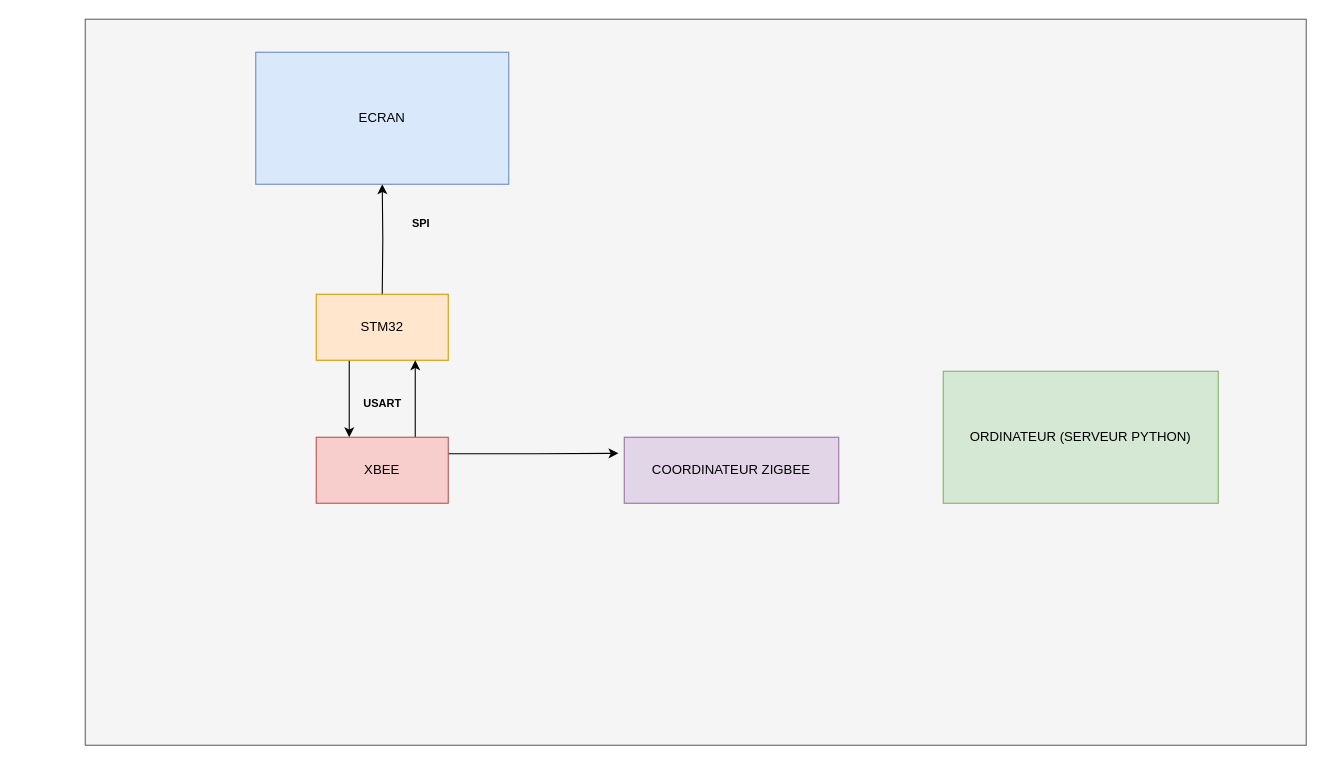
Earlier version of the draw.io diagram Diagramme sans nom.drawio (JohannCourand/Camera). Source tidied: cells renumbered, new cells numbered last; positions are measured from the earlier drawing's top-left corner, leaving out a move shared by most shapes. Both pictures are drawn from the tidied source at 110%, with x=0, y=0 at pixel (85, 19).
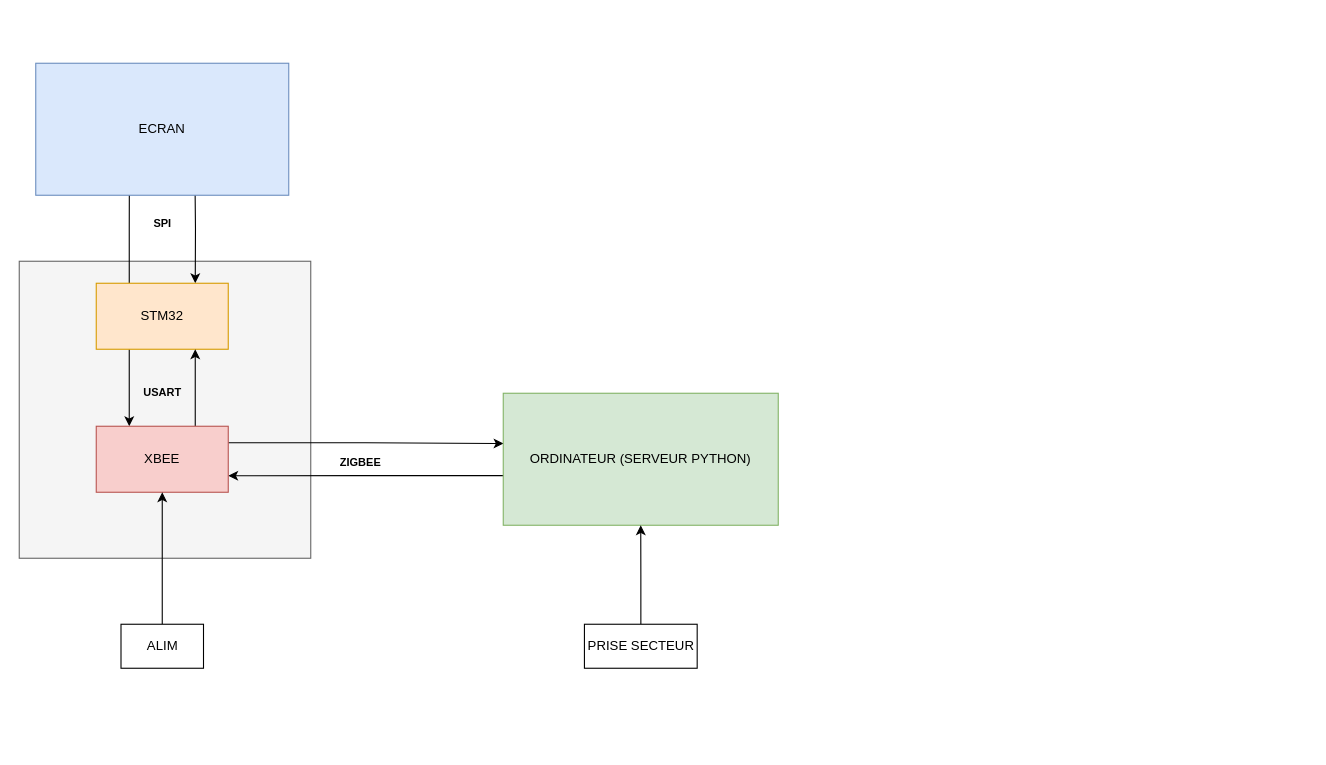
Above is the later version.

The edit, as a diff of the source:
```diff
@@
     <mxCell id="2" style="rounded=0;whiteSpace=wrap;html=1;fillColor=#f5f5f5;strokeColor=#666666;fontColor=#333333;" parent="1" vertex="1">
-      <mxGeometry width="1110" height="660" as="geometry" />
+      <mxGeometry x="-60" y="220" width="265" height="270" as="geometry" />
     </mxCell>
-    <mxCell id="3" style="edgeStyle=orthogonalEdgeStyle;rounded=0;jettySize=auto;html=1;entryX=0.5;entryY=1;entryDx=0;entryDy=0;" parent="1" edge="1" target="9">
+    <mxCell id="3" style="edgeStyle=orthogonalEdgeStyle;rounded=0;jettySize=auto;html=1;entryX=0.37;entryY=1.019;entryDx=0;entryDy=0;exitX=0.25;exitY=0;exitDx=0;exitDy=0;entryPerimeter=0;" parent="1" edge="1" source="5">
       <mxGeometry relative="1" as="geometry">
-        <mxPoint x="270" y="250" as="sourcePoint" />
+        <mxPoint x="40.1" y="142.3" as="targetPoint" />
       </mxGeometry>
     </mxCell>
@@
+    <mxCell id="14" style="edgeStyle=orthogonalEdgeStyle;rounded=0;jettySize=auto;html=1;exitX=0.629;exitY=0.995;exitDx=0;exitDy=0;entryX=0.75;entryY=0;entryDx=0;entryDy=0;exitPerimeter=0;" parent="1" edge="1" target="5">
+      <mxGeometry relative="1" as="geometry">
+        <mxPoint x="99.7" y="139.4" as="sourcePoint" />
+      </mxGeometry>
+    </mxCell>
     <mxCell id="5" value="STM32" style="rounded=0;whiteSpace=wrap;html=1;fillColor=#ffe6cc;strokeColor=#d79b00;" parent="1" vertex="1">
-      <mxGeometry x="210" y="250" width="120" height="60" as="geometry" />
+      <mxGeometry x="10" y="240" width="120" height="60" as="geometry" />
     </mxCell>
@@
-    <mxCell id="7" style="edgeStyle=orthogonalEdgeStyle;rounded=0;jettySize=auto;html=1;exitX=1;exitY=0.25;exitDx=0;exitDy=0;entryX=-0.027;entryY=0.244;entryDx=0;entryDy=0;entryPerimeter=0;" parent="1" edge="1" source="8" target="13">
-      <mxGeometry relative="1" as="geometry" />
-    </mxCell>
+    <mxCell id="15" style="edgeStyle=orthogonalEdgeStyle;rounded=0;jettySize=auto;html=1;exitX=1;exitY=0.25;exitDx=0;exitDy=0;entryX=0.001;entryY=0.381;entryDx=0;entryDy=0;entryPerimeter=0;" parent="1" edge="1" source="8" target="12">
+      <mxGeometry relative="1" as="geometry" />
+    </mxCell>
+    <mxCell id="16" style="edgeStyle=orthogonalEdgeStyle;rounded=0;jettySize=auto;html=1;exitX=0.003;exitY=0.624;exitDx=0;exitDy=0;entryX=1;entryY=0.75;entryDx=0;entryDy=0;exitPerimeter=0;" parent="1" edge="1" source="12" target="8">
+      <mxGeometry relative="1" as="geometry" />
+    </mxCell>
     <mxCell id="8" value="&lt;div&gt;XBEE&lt;/div&gt;" style="rounded=0;whiteSpace=wrap;html=1;fillColor=#f8cecc;strokeColor=#b85450;" parent="1" vertex="1">
-      <mxGeometry x="210" y="380" width="120" height="60" as="geometry" />
+      <mxGeometry x="10" y="370" width="120" height="60" as="geometry" />
     </mxCell>
-    <mxCell id="9" value="ECRAN" style="rounded=0;whiteSpace=wrap;html=1;fillColor=#dae8fc;strokeColor=#6c8ebf;" parent="1" vertex="1">
-      <mxGeometry x="155" y="30" width="230" height="120" as="geometry" />
-    </mxCell>
     <mxCell id="10" value="&lt;div style=&quot;font-size: 10px;&quot;&gt;SPI&lt;br&gt;&lt;/div&gt;" style="text;strokeColor=none;fillColor=none;html=1;fontSize=24;fontStyle=1;verticalAlign=middle;align=center;" parent="1" vertex="1">
-      <mxGeometry x="280" y="170" width="50" height="30" as="geometry" />
+      <mxGeometry x="45" y="170" width="50" height="30" as="geometry" />
     </mxCell>
     <mxCell id="11" value="&lt;font style=&quot;font-size: 24px;&quot;&gt;&lt;font style=&quot;font-size: 23px;&quot;&gt;&lt;font style=&quot;font-size: 22px;&quot;&gt;&lt;font style=&quot;font-size: 21px;&quot;&gt;&lt;font style=&quot;font-size: 20px;&quot;&gt;&lt;font style=&quot;font-size: 19px;&quot;&gt;&lt;font style=&quot;font-size: 18px;&quot;&gt;&lt;font style=&quot;font-size: 17px;&quot;&gt;&lt;font style=&quot;font-size: 16px;&quot;&gt;&lt;font style=&quot;font-size: 15px;&quot;&gt;&lt;font style=&quot;font-size: 14px;&quot;&gt;&lt;font style=&quot;font-size: 13px;&quot;&gt;&lt;font style=&quot;font-size: 12px;&quot;&gt;&lt;font style=&quot;font-size: 11px;&quot;&gt;&lt;font style=&quot;font-size: 10px;&quot;&gt;USART&lt;/font&gt;&lt;/font&gt;&lt;/font&gt;&lt;/font&gt;&lt;/font&gt;&lt;/font&gt;&lt;/font&gt;&lt;/font&gt;&lt;/font&gt;&lt;/font&gt;&lt;/font&gt;&lt;/font&gt;&lt;/font&gt;&lt;/font&gt;&lt;/font&gt;" style="text;strokeColor=none;fillColor=none;html=1;fontSize=24;fontStyle=1;verticalAlign=middle;align=center;" parent="1" vertex="1">
-      <mxGeometry x="245" y="330" width="50" height="30" as="geometry" />
+      <mxGeometry x="45" y="320" width="50" height="30" as="geometry" />
     </mxCell>
     <mxCell id="12" value="ORDINATEUR (SERVEUR PYTHON)" style="rounded=0;whiteSpace=wrap;html=1;fillColor=#d5e8d4;strokeColor=#82b366;" parent="1" vertex="1">
-      <mxGeometry x="780" y="320" width="250" height="120" as="geometry" />
+      <mxGeometry x="380" y="340" width="250" height="120" as="geometry" />
     </mxCell>
-    <mxCell id="13" value="COORDINATEUR ZIGBEE" style="rounded=0;whiteSpace=wrap;html=1;fillColor=#e1d5e7;strokeColor=#9673a6;" parent="1" vertex="1">
-      <mxGeometry x="490" y="380" width="195" height="60" as="geometry" />
-    </mxCell>
+    <mxCell id="17" value="&lt;font style=&quot;font-size: 25px;&quot;&gt;&lt;font style=&quot;font-size: 24px;&quot;&gt;&lt;font style=&quot;font-size: 23px;&quot;&gt;&lt;font style=&quot;font-size: 22px;&quot;&gt;&lt;font style=&quot;font-size: 21px;&quot;&gt;&lt;font style=&quot;font-size: 20px;&quot;&gt;&lt;font style=&quot;font-size: 19px;&quot;&gt;&lt;font style=&quot;font-size: 20px;&quot;&gt;&lt;font style=&quot;font-size: 21px;&quot;&gt;&lt;font style=&quot;font-size: 22px;&quot;&gt;&lt;font style=&quot;font-size: 21px;&quot;&gt;&lt;font style=&quot;font-size: 20px;&quot;&gt;&lt;font style=&quot;font-size: 19px;&quot;&gt;&lt;font style=&quot;font-size: 18px;&quot;&gt;&lt;font style=&quot;font-size: 17px;&quot;&gt;&lt;font style=&quot;font-size: 16px;&quot;&gt;&lt;font style=&quot;font-size: 15px;&quot;&gt;&lt;font style=&quot;font-size: 14px;&quot;&gt;&lt;font style=&quot;font-size: 13px;&quot;&gt;&lt;font style=&quot;font-size: 12px;&quot;&gt;&lt;font style=&quot;font-size: 11px;&quot;&gt;&lt;font style=&quot;font-size: 10px;&quot;&gt;ZIGBEE&lt;/font&gt;&lt;/font&gt;&lt;/font&gt;&lt;/font&gt;&lt;/font&gt;&lt;/font&gt;&lt;/font&gt;&lt;/font&gt;&lt;/font&gt;&lt;/font&gt;&lt;/font&gt;&lt;/font&gt;&lt;/font&gt;&lt;/font&gt;&lt;/font&gt;&lt;/font&gt;&lt;/font&gt;&lt;/font&gt;&lt;/font&gt;&lt;/font&gt;&lt;/font&gt;&lt;/font&gt;" style="text;strokeColor=none;fillColor=none;html=1;fontSize=24;fontStyle=1;verticalAlign=middle;align=center;" parent="1" vertex="1">
+      <mxGeometry x="220" y="390" width="60" height="15" as="geometry" />
+    </mxCell>
+    <mxCell id="18" style="edgeStyle=orthogonalEdgeStyle;rounded=0;jettySize=auto;html=1;exitX=0.5;exitY=0;exitDx=0;exitDy=0;entryX=0.5;entryY=1;entryDx=0;entryDy=0;" parent="1" edge="1" source="19" target="8">
+      <mxGeometry relative="1" as="geometry" />
+    </mxCell>
+    <mxCell id="19" value="ALIM" style="rounded=0;whiteSpace=wrap;html=1;" parent="1" vertex="1">
+      <mxGeometry x="32.5" y="550" width="75" height="40" as="geometry" />
+    </mxCell>
+    <mxCell id="9" value="ECRAN" style="rounded=0;whiteSpace=wrap;html=1;fillColor=#dae8fc;strokeColor=#6c8ebf;" parent="1" vertex="1">
+      <mxGeometry x="-45" y="40" width="230" height="120" as="geometry" />
+    </mxCell>
+    <mxCell id="20" style="edgeStyle=orthogonalEdgeStyle;rounded=0;jettySize=auto;html=1;entryX=0.5;entryY=1;entryDx=0;entryDy=0;" parent="1" edge="1" source="21" target="12">
+      <mxGeometry relative="1" as="geometry" />
+    </mxCell>
+    <mxCell id="21" value="PRISE SECTEUR" style="rounded=0;whiteSpace=wrap;html=1;" parent="1" vertex="1">
+      <mxGeometry x="453.8" y="550" width="102.5" height="40" as="geometry" />
+    </mxCell>
```
